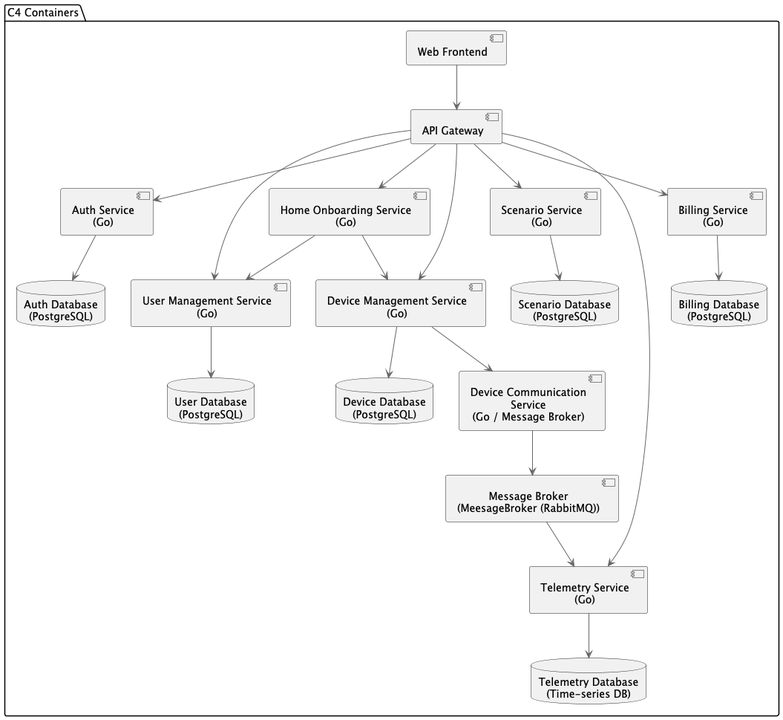
The PlantUML diagram apps/smart_home/.docs/diagrams/micoservices-c4-containers-diagram.png in t0niq/architecture-warmhouse, before a commit.
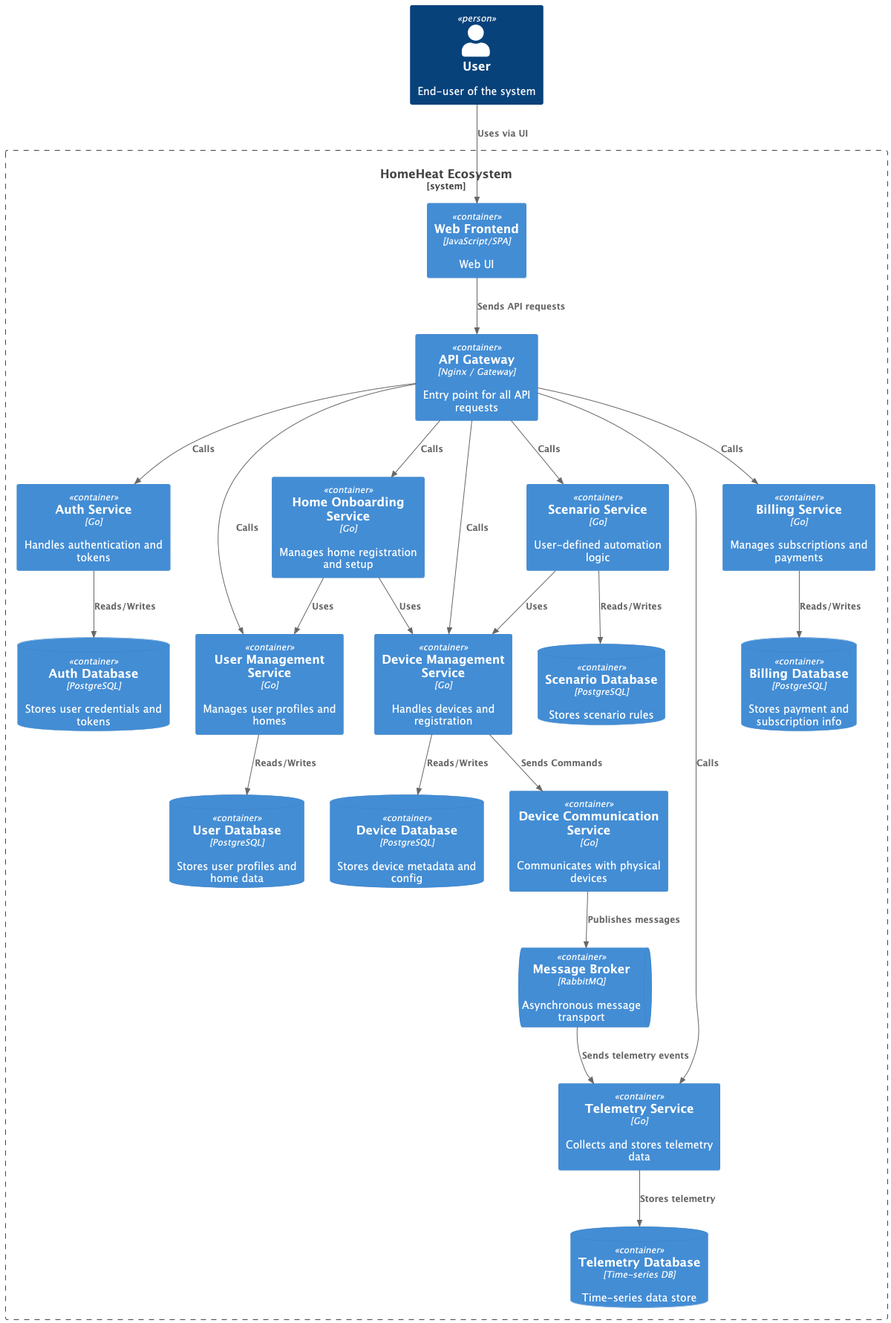
Above is the later version.

Diff of the diagram source:
```diff
@@ -1,56 +1,61 @@
 @startuml
-!includeurl https://raw.githubusercontent.com/plantuml-stdlib/C4-PlantUML/master/C4_Context.puml
+!includeurl https://raw.githubusercontent.com/plantuml-stdlib/C4-PlantUML/master/C4_Container.puml
 
-package "C4 Containers" {
+Person(user, "User", "End-user of the system")
 
-  [Web Frontend] as Frontend
-  [API Gateway] as APIGateway
+System_Boundary(smartHome, "HomeHeat Ecosystem") {
 
-  [Auth Service\n(Go)] as AuthService
-  database "Auth Database\n(PostgreSQL)" as AuthDb
+  Container(webFrontend, "Web Frontend", "JavaScript/SPA", "Web UI")
+  Container(apiGateway, "API Gateway", "Nginx / Gateway", "Entry point for all API requests")
 
-  [User Management Service\n(Go)] as UserManagementService
-  database "User Database\n(PostgreSQL)" as UserDb
+  Container(authService, "Auth Service", "Go", "Handles authentication and tokens")
+  ContainerDb(authDb, "Auth Database", "PostgreSQL", "Stores user credentials and tokens")
 
-  [Device Management Service\n(Go)] as DeviceManagementService
-  database "Device Database\n(PostgreSQL)" as DeviceDb
+  Container(userManagementService, "User Management Service", "Go", "Manages user profiles and homes")
+  ContainerDb(userDb, "User Database", "PostgreSQL", "Stores user profiles and home data")
 
-  [Device Communication Service\n(Go / Message Broker)] as DeviceCommunicationService
-  [Message Broker\n(MeesageBroker (RabbitMQ))] as MessageBroker
+  Container(deviceManagementService, "Device Management Service", "Go", "Handles devices and registration")
+  ContainerDb(deviceDb, "Device Database", "PostgreSQL", "Stores device metadata and config")
 
-  [Home Onboarding Service\n(Go)] as HomeOnboardingService
+  Container(deviceCommunicationService, "Device Communication Service", "Go", "Communicates with physical devices")
+  ContainerQueue(messageBroker, "Message Broker", "RabbitMQ", "Asynchronous message transport")
 
-  [Scenario Service\n(Go)] as ScenarioService
-  database "Scenario Database\n(PostgreSQL)" as ScenarioDb
+  Container(homeOnboardingService, "Home Onboarding Service", "Go", "Manages home registration and setup")
 
-  [Telemetry Service\n(Go)] as TelemetryService
-  database "Telemetry Database\n(Time-series DB)" as TelemetryDb
+  Container(scenarioService, "Scenario Service", "Go", "User-defined automation logic")
+  ContainerDb(scenarioDb, "Scenario Database", "PostgreSQL", "Stores scenario rules")
 
-  [Billing Service\n(Go)] as BillingService
-  database "Billing Database\n(PostgreSQL)" as BillingDb
+  Container(telemetryService, "Telemetry Service", "Go", "Collects and stores telemetry data")
+  ContainerDb(telemetryDb, "Telemetry Database", "Time-series DB", "Time-series data store")
+
+  Container(billingService, "Billing Service", "Go", "Manages subscriptions and payments")
+  ContainerDb(billingDb, "Billing Database", "PostgreSQL", "Stores payment and subscription info")
 }
 
-Frontend --> APIGateway
+Rel(user, webFrontend, "Uses via UI")
+Rel(webFrontend, apiGateway, "Sends API requests")
 
-APIGateway --> AuthService
-APIGateway --> UserManagementService
-APIGateway --> DeviceManagementService
-APIGateway --> HomeOnboardingService
-APIGateway --> ScenarioService
-APIGateway --> TelemetryService
-APIGateway --> BillingService
-DeviceManagementService --> DeviceCommunicationService
+Rel(apiGateway, authService, "Calls")
+Rel(apiGateway, userManagementService, "Calls")
+Rel(apiGateway, deviceManagementService, "Calls")
+Rel(apiGateway, homeOnboardingService, "Calls")
+Rel(apiGateway, scenarioService, "Calls")
+Rel(apiGateway, telemetryService, "Calls")
+Rel(apiGateway, billingService, "Calls")
 
-AuthService --> AuthDb
-UserManagementService --> UserDb
-DeviceManagementService --> DeviceDb
-ScenarioService --> ScenarioDb
-TelemetryService --> TelemetryDb
-BillingService --> BillingDb
-DeviceCommunicationService --> MessageBroker
-MessageBroker --> TelemetryService
+Rel(authService, authDb, "Reads/Writes")
+Rel(userManagementService, userDb, "Reads/Writes")
+Rel(deviceManagementService, deviceDb, "Reads/Writes")
+Rel(deviceManagementService, deviceCommunicationService, "Sends Commands")
+Rel(deviceCommunicationService, messageBroker, "Publishes messages")
+Rel(messageBroker, telemetryService, "Sends telemetry events")
 
-HomeOnboardingService --> UserManagementService
-HomeOnboardingService --> DeviceManagementService
+Rel(scenarioService, scenarioDb, "Reads/Writes")
+Rel(telemetryService, telemetryDb, "Stores telemetry")
+Rel(billingService, billingDb, "Reads/Writes")
+
+Rel(homeOnboardingService, userManagementService, "Uses")
+Rel(homeOnboardingService, deviceManagementService, "Uses")
+Rel(scenarioService, deviceManagementService, "Uses")
 
 @enduml
```
